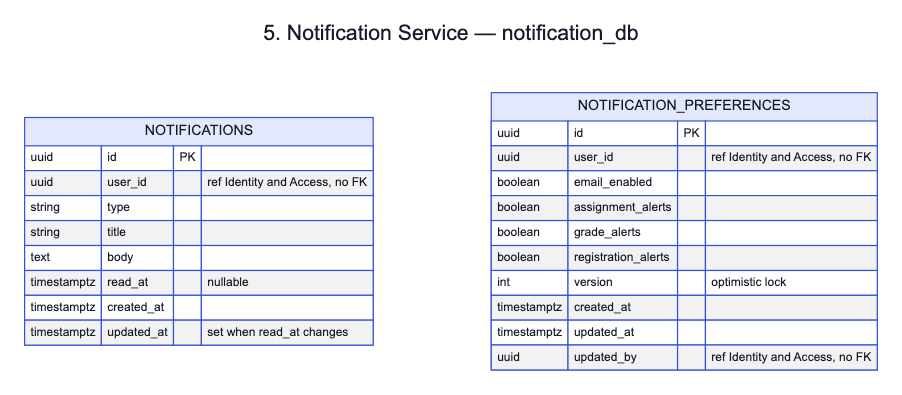
Earlier version of the Mermaid export docs/architecture/tables-05-notification.png (ESD-ONE/University-Course-Management-System). Its source is kept beside it as docs/architecture/tables-05-notification.mmd. Source of this version:
```mermaid
---
title: 5. Notification Service — notification_db
---
erDiagram
    NOTIFICATIONS {
        uuid id PK
        uuid user_id "ref Identity and Access, no FK"
        string type
        string title
        text body
        timestamptz read_at "nullable"
        timestamptz created_at
        timestamptz updated_at "set when read_at changes"
    }
    NOTIFICATION_PREFERENCES {
        uuid id PK
        uuid user_id "ref Identity and Access, no FK"
        boolean email_enabled
        boolean assignment_alerts
        boolean grade_alerts
        boolean registration_alerts
        int version "optimistic lock"
        timestamptz created_at
        timestamptz updated_at
        uuid updated_by "ref Identity and Access, no FK"
    }
```
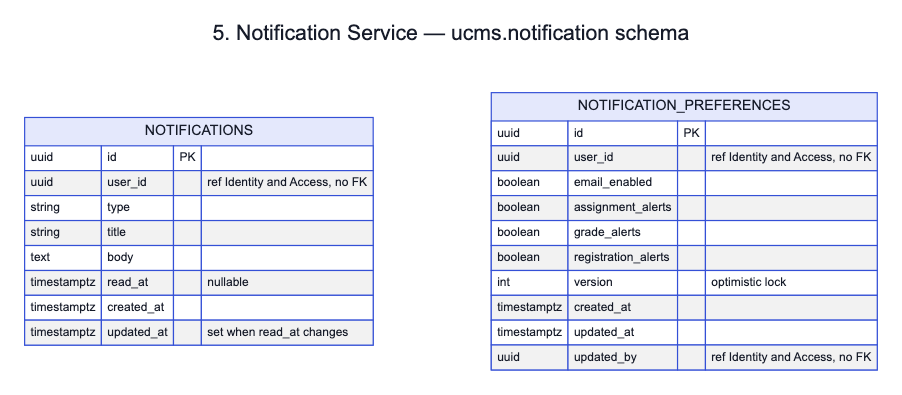
Later version of the same file.

Change to the diagram source:
```diff
@@ -1,5 +1,5 @@
 ---
-title: 5. Notification Service — notification_db
+title: 5. Notification Service — ucms.notification schema
 ---
 erDiagram
     NOTIFICATIONS {
```
